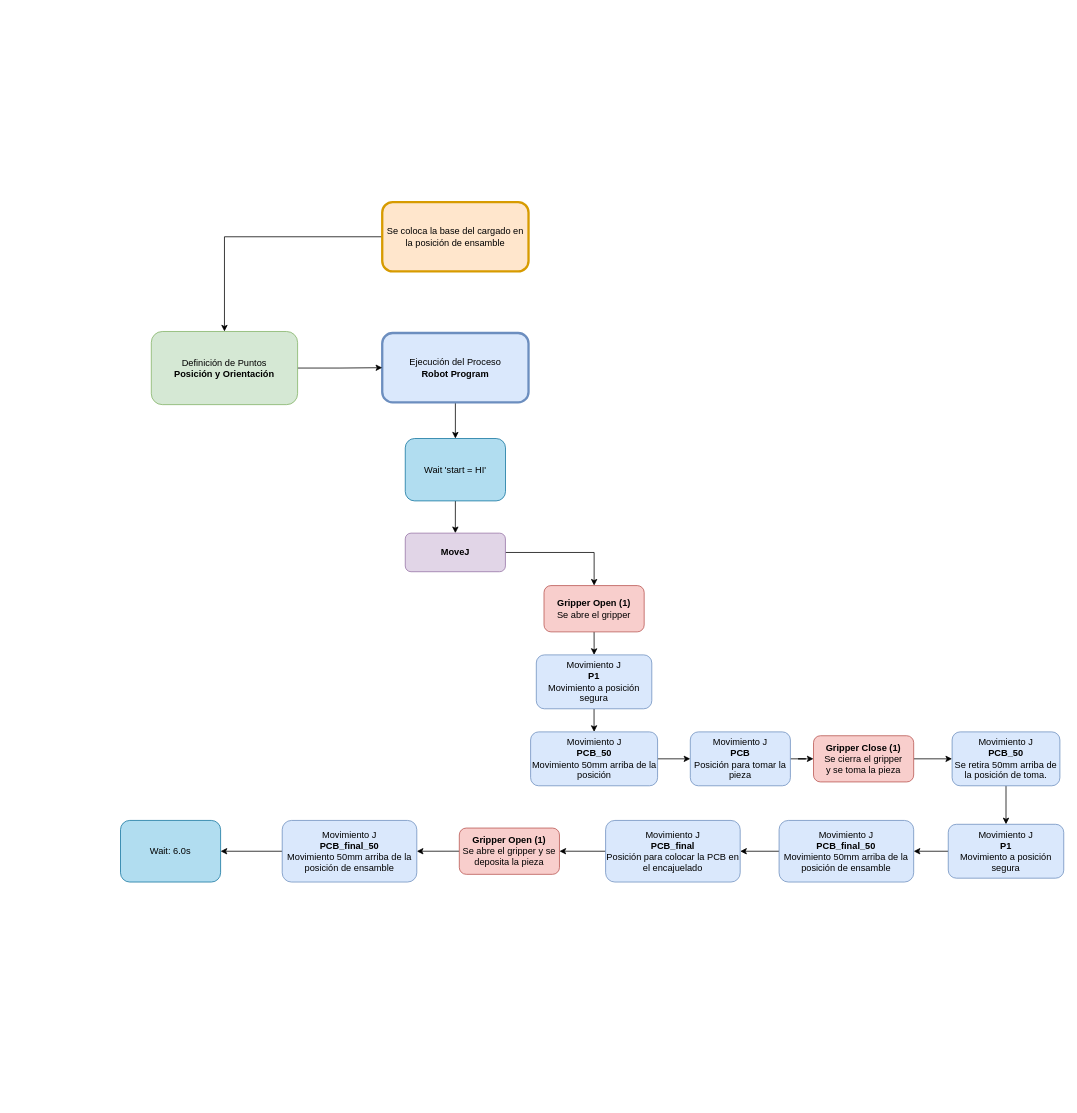
Earlier version of the draw.io diagram MIR/6T/Diagrama.drawio (fgomez1211/Personal). Source tidied: cells renumbered, new cells numbered last; positions are measured from the earlier drawing's top-left corner, leaving out a move shared by most shapes. Both pictures are drawn from the tidied source at 77%, with x=0, y=0 at pixel (120, 202).
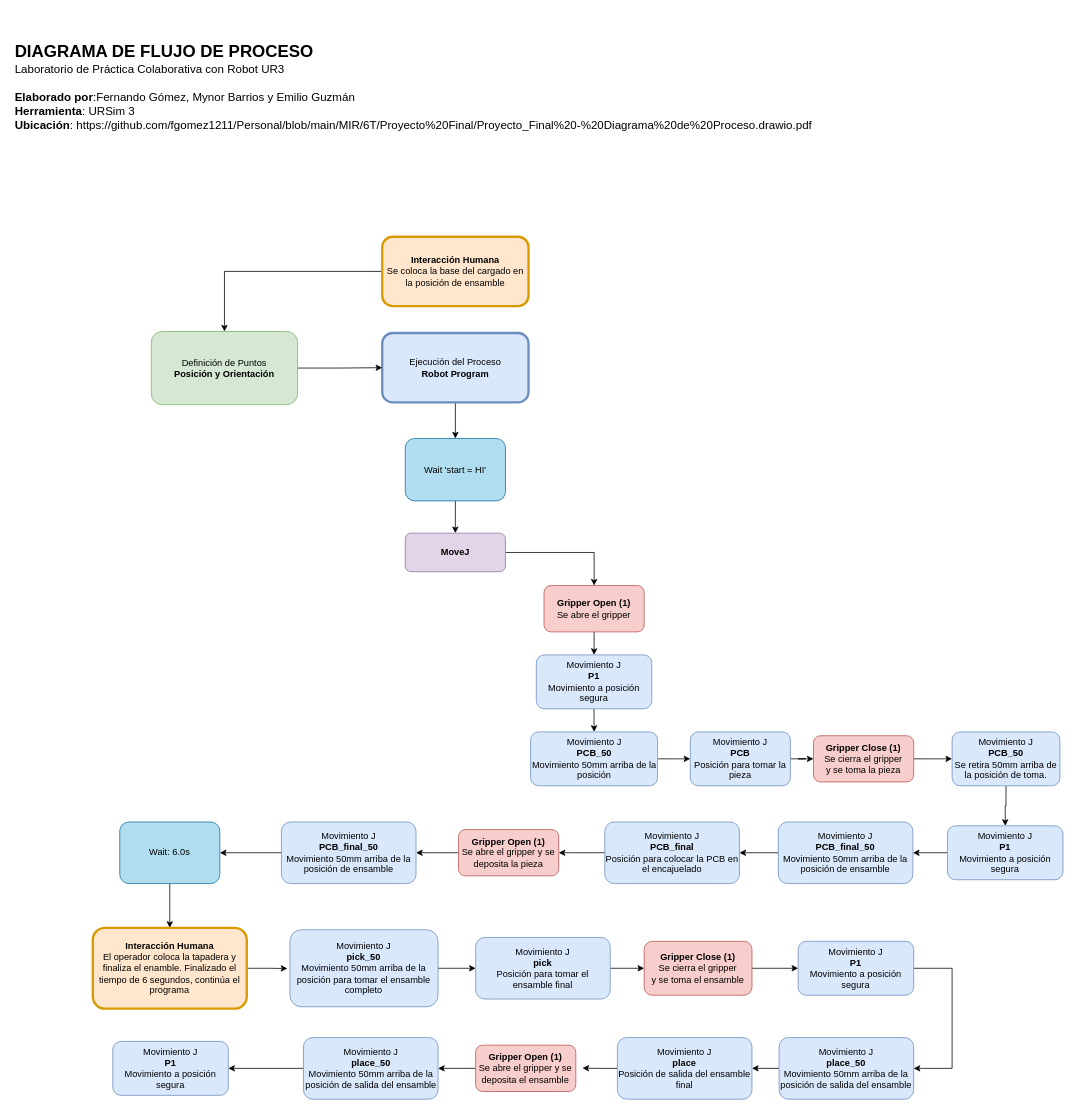
After the change.

The edit, as a diff of the source:
```diff
@@
     <mxCell id="23" value="Movimiento J&lt;br&gt;&lt;b&gt;P1&lt;/b&gt;&lt;br&gt;Movimiento a posición segura" style="whiteSpace=wrap;html=1;fillColor=#dae8fc;strokeColor=#6c8ebf;rounded=1;glass=0;strokeWidth=1;shadow=0;" parent="1" vertex="1">
-      <mxGeometry x="1075" y="808" width="150" height="70" as="geometry" />
+      <mxGeometry x="1074" y="810" width="150" height="70" as="geometry" />
     </mxCell>
@@
     <mxCell id="25" value="Movimiento J&lt;br&gt;&lt;b&gt;PCB_final_50&lt;/b&gt;&lt;br&gt;Movimiento 50mm arriba de la posición de ensamble" style="whiteSpace=wrap;html=1;fillColor=#dae8fc;strokeColor=#6c8ebf;rounded=1;glass=0;strokeWidth=1;shadow=0;" parent="1" vertex="1">
-      <mxGeometry x="855.3" y="803" width="174.8" height="80" as="geometry" />
+      <mxGeometry x="854.3" y="805" width="174.8" height="80" as="geometry" />
     </mxCell>
@@
     <mxCell id="27" value="Movimiento J&lt;br&gt;&lt;b&gt;PCB_final&lt;/b&gt;&lt;br&gt;Posición para colocar la PCB en el encajuelado" style="whiteSpace=wrap;html=1;fillColor=#dae8fc;strokeColor=#6c8ebf;rounded=1;glass=0;strokeWidth=1;shadow=0;" parent="1" vertex="1">
-      <mxGeometry x="630" y="803" width="174.8" height="80" as="geometry" />
+      <mxGeometry x="629" y="805" width="174.8" height="80" as="geometry" />
     </mxCell>
@@
     <mxCell id="29" value="&lt;b&gt;Gripper Open (1)&lt;/b&gt;&lt;br&gt;Se abre el gripper y se deposita la pieza" style="whiteSpace=wrap;html=1;rounded=1;glass=0;strokeWidth=1;shadow=0;fillColor=#f8cecc;strokeColor=#b85450;" parent="1" vertex="1">
-      <mxGeometry x="440" y="812.9" width="130.1" height="60.1" as="geometry" />
+      <mxGeometry x="439" y="814.9" width="130.1" height="60.1" as="geometry" />
     </mxCell>
@@
     <mxCell id="31" value="Movimiento J&lt;br&gt;&lt;b&gt;PCB_final_50&lt;/b&gt;&lt;br&gt;Movimiento 50mm arriba de la posición de ensamble" style="whiteSpace=wrap;html=1;fillColor=#dae8fc;strokeColor=#6c8ebf;rounded=1;glass=0;strokeWidth=1;shadow=0;" parent="1" vertex="1">
-      <mxGeometry x="210" y="803" width="174.8" height="80" as="geometry" />
+      <mxGeometry x="209" y="805" width="174.8" height="80" as="geometry" />
     </mxCell>
@@
-    <mxCell id="33" value="Se coloca la base del cargado en la posición de ensamble" style="whiteSpace=wrap;html=1;rounded=1;glass=0;strokeWidth=3;shadow=0;fillColor=#ffe6cc;strokeColor=#d79b00;" parent="1" vertex="1">
-      <mxGeometry x="339.9" width="190" height="90" as="geometry" />
+    <mxCell id="33" value="&lt;b&gt;Interacción Humana&lt;br&gt;&lt;/b&gt;Se coloca la base del cargado en la posición de ensamble" style="whiteSpace=wrap;html=1;rounded=1;glass=0;strokeWidth=3;shadow=0;fillColor=#ffe6cc;strokeColor=#d79b00;" parent="1" vertex="1">
+      <mxGeometry x="339.9" y="45" width="190" height="90" as="geometry" />
     </mxCell>
+    <mxCell id="35" style="edgeStyle=orthogonalEdgeStyle;rounded=0;jettySize=auto;html=1;exitX=0.5;exitY=1;exitDx=0;exitDy=0;entryX=0.5;entryY=0;entryDx=0;entryDy=0;" parent="1" edge="1" source="34" target="45">
+      <mxGeometry relative="1" as="geometry" />
+    </mxCell>
     <mxCell id="34" value="Wait: 6.0s" style="whiteSpace=wrap;html=1;rounded=1;glass=0;strokeWidth=1;shadow=0;fillColor=#b1ddf0;strokeColor=#10739e;" parent="1" vertex="1">
-      <mxGeometry y="803" width="130" height="80" as="geometry" />
+      <mxGeometry x="-1" y="805" width="130" height="80" as="geometry" />
     </mxCell>
+    <mxCell id="36" style="edgeStyle=orthogonalEdgeStyle;rounded=0;jettySize=auto;html=1;exitX=1;exitY=0.5;exitDx=0;exitDy=0;" parent="1" edge="1" source="37" target="39">
+      <mxGeometry relative="1" as="geometry" />
+    </mxCell>
+    <mxCell id="37" value="Movimiento J&lt;br&gt;&lt;b&gt;pick_50&lt;/b&gt;&lt;br&gt;Movimiento 50mm arriba de la posición para tomar el ensamble completo" style="whiteSpace=wrap;html=1;fillColor=#dae8fc;strokeColor=#6c8ebf;rounded=1;glass=0;strokeWidth=1;shadow=0;" parent="1" vertex="1">
+      <mxGeometry x="220" y="945" width="192.4" height="100" as="geometry" />
+    </mxCell>
+    <mxCell id="38" style="edgeStyle=orthogonalEdgeStyle;rounded=0;jettySize=auto;html=1;" parent="1" edge="1" source="39" target="41">
+      <mxGeometry relative="1" as="geometry" />
+    </mxCell>
+    <mxCell id="39" value="Movimiento J&lt;br&gt;&lt;b&gt;pick&lt;/b&gt;&lt;br&gt;Posición para tomar el ensamble final" style="whiteSpace=wrap;html=1;fillColor=#dae8fc;strokeColor=#6c8ebf;rounded=1;glass=0;strokeWidth=1;shadow=0;" parent="1" vertex="1">
+      <mxGeometry x="461.2" y="955" width="174.8" height="80" as="geometry" />
+    </mxCell>
+    <mxCell id="40" style="edgeStyle=orthogonalEdgeStyle;rounded=0;jettySize=auto;html=1;exitX=1;exitY=0.5;exitDx=0;exitDy=0;entryX=0;entryY=0.5;entryDx=0;entryDy=0;" parent="1" edge="1" source="41" target="43">
+      <mxGeometry relative="1" as="geometry" />
+    </mxCell>
+    <mxCell id="41" value="&lt;b&gt;Gripper Close (1)&lt;/b&gt;&lt;br&gt;Se cierra el gripper &lt;br&gt;y se toma el ensamble" style="whiteSpace=wrap;html=1;rounded=1;glass=0;strokeWidth=1;shadow=0;fillColor=#f8cecc;strokeColor=#b85450;" parent="1" vertex="1">
+      <mxGeometry x="680.1" y="960" width="140" height="70" as="geometry" />
+    </mxCell>
+    <mxCell id="42" style="edgeStyle=orthogonalEdgeStyle;rounded=0;jettySize=auto;html=1;exitX=1;exitY=0.5;exitDx=0;exitDy=0;entryX=1;entryY=0.5;entryDx=0;entryDy=0;" parent="1" edge="1" source="43" target="47">
+      <mxGeometry relative="1" as="geometry">
+        <Array as="points">
+          <mxPoint x="1080" y="995" />
+          <mxPoint x="1080" y="1125" />
+        </Array>
+      </mxGeometry>
+    </mxCell>
+    <mxCell id="43" value="Movimiento J&lt;br&gt;&lt;b&gt;P1&lt;/b&gt;&lt;br&gt;Movimiento a posición segura" style="whiteSpace=wrap;html=1;fillColor=#dae8fc;strokeColor=#6c8ebf;rounded=1;glass=0;strokeWidth=1;shadow=0;" parent="1" vertex="1">
+      <mxGeometry x="880.1" y="960" width="150" height="70" as="geometry" />
+    </mxCell>
+    <mxCell id="44" style="edgeStyle=orthogonalEdgeStyle;rounded=0;jettySize=auto;html=1;exitX=1;exitY=0.5;exitDx=0;exitDy=0;entryX=-0.017;entryY=0.503;entryDx=0;entryDy=0;entryPerimeter=0;" parent="1" edge="1" source="45" target="37">
+      <mxGeometry relative="1" as="geometry" />
+    </mxCell>
+    <mxCell id="45" value="&lt;b&gt;Interacción Humana&lt;br&gt;&lt;/b&gt;El operador coloca la tapadera y finaliza el enamble. Finalizado el tiempo de 6 segundos, continúa el programa" style="whiteSpace=wrap;html=1;rounded=1;glass=0;strokeWidth=3;shadow=0;fillColor=#ffe6cc;strokeColor=#d79b00;" parent="1" vertex="1">
+      <mxGeometry x="-36" y="942.5" width="200" height="105" as="geometry" />
+    </mxCell>
+    <mxCell id="46" style="edgeStyle=orthogonalEdgeStyle;rounded=0;jettySize=auto;html=1;exitX=0;exitY=0.5;exitDx=0;exitDy=0;entryX=1;entryY=0.5;entryDx=0;entryDy=0;" parent="1" edge="1" source="47" target="49">
+      <mxGeometry relative="1" as="geometry" />
+    </mxCell>
+    <mxCell id="47" value="Movimiento J&lt;br&gt;&lt;b&gt;place_50&lt;/b&gt;&lt;br&gt;Movimiento 50mm arriba de la posición de salida del ensamble" style="whiteSpace=wrap;html=1;fillColor=#dae8fc;strokeColor=#6c8ebf;rounded=1;glass=0;strokeWidth=1;shadow=0;" parent="1" vertex="1">
+      <mxGeometry x="855.3" y="1085" width="174.8" height="80" as="geometry" />
+    </mxCell>
+    <mxCell id="48" style="edgeStyle=orthogonalEdgeStyle;rounded=0;jettySize=auto;html=1;exitX=0;exitY=0.5;exitDx=0;exitDy=0;entryX=1.067;entryY=0.495;entryDx=0;entryDy=0;entryPerimeter=0;" parent="1" edge="1" source="49" target="51">
+      <mxGeometry relative="1" as="geometry" />
+    </mxCell>
+    <mxCell id="49" value="Movimiento J&lt;br&gt;&lt;b&gt;place&lt;/b&gt;&lt;br&gt;Posición de salida del ensamble final" style="whiteSpace=wrap;html=1;fillColor=#dae8fc;strokeColor=#6c8ebf;rounded=1;glass=0;strokeWidth=1;shadow=0;" parent="1" vertex="1">
+      <mxGeometry x="645.3" y="1085" width="174.8" height="80" as="geometry" />
+    </mxCell>
+    <mxCell id="50" style="edgeStyle=orthogonalEdgeStyle;rounded=0;jettySize=auto;html=1;exitX=0;exitY=0.5;exitDx=0;exitDy=0;entryX=1;entryY=0.5;entryDx=0;entryDy=0;" parent="1" edge="1" source="51" target="53">
+      <mxGeometry relative="1" as="geometry" />
+    </mxCell>
+    <mxCell id="51" value="&lt;b&gt;Gripper Open (1)&lt;/b&gt;&lt;br&gt;Se abre el gripper y se deposita el ensamble" style="whiteSpace=wrap;html=1;rounded=1;glass=0;strokeWidth=1;shadow=0;fillColor=#f8cecc;strokeColor=#b85450;" parent="1" vertex="1">
+      <mxGeometry x="461.2" y="1094.9" width="130.1" height="60.1" as="geometry" />
+    </mxCell>
+    <mxCell id="52" style="edgeStyle=orthogonalEdgeStyle;rounded=0;jettySize=auto;html=1;exitX=0;exitY=0.5;exitDx=0;exitDy=0;entryX=1;entryY=0.5;entryDx=0;entryDy=0;" parent="1" edge="1" source="53" target="54">
+      <mxGeometry relative="1" as="geometry" />
+    </mxCell>
+    <mxCell id="53" value="Movimiento J&lt;br&gt;&lt;b&gt;place_50&lt;/b&gt;&lt;br&gt;Movimiento 50mm arriba de la posición de salida del ensamble" style="whiteSpace=wrap;html=1;fillColor=#dae8fc;strokeColor=#6c8ebf;rounded=1;glass=0;strokeWidth=1;shadow=0;" parent="1" vertex="1">
+      <mxGeometry x="237.6" y="1085" width="174.8" height="80" as="geometry" />
+    </mxCell>
+    <mxCell id="54" value="Movimiento J&lt;br&gt;&lt;b&gt;P1&lt;/b&gt;&lt;br&gt;Movimiento a posición segura" style="whiteSpace=wrap;html=1;fillColor=#dae8fc;strokeColor=#6c8ebf;rounded=1;glass=0;strokeWidth=1;shadow=0;" parent="1" vertex="1">
+      <mxGeometry x="-10" y="1090" width="150" height="70" as="geometry" />
+    </mxCell>
+    <mxCell id="55" value="&lt;b style=&quot;font-size: 22px;&quot;&gt;DIAGRAMA DE FLUJO DE PROCESO&lt;br&gt;&lt;/b&gt;&lt;font style=&quot;font-size: 15px;&quot;&gt;Laboratorio de Práctica Colaborativa con Robot UR3&lt;br&gt;&lt;br&gt;&lt;span style=&quot;font-size: 15px;&quot;&gt;&lt;b&gt;Elaborado por&lt;/b&gt;:Fernando Gómez, Mynor Barrios y Emilio Guzmán&lt;/span&gt;&lt;br&gt;&lt;span style=&quot;font-size: 15px;&quot;&gt;&lt;b&gt;Herramienta&lt;/b&gt;: URSim 3&lt;/span&gt;&lt;br&gt;&lt;font style=&quot;font-size: 15px;&quot;&gt;&lt;b&gt;Ubicación&lt;/b&gt;:&amp;nbsp;https://github.com/fgomez1211/Personal/blob/main/MIR/6T/Proyecto%20Final/Proyecto_Final%20-%20Diagrama%20de%20Proceso.drawio.pdf&lt;/font&gt;&lt;br&gt;&lt;/font&gt;" style="text;html=1;strokeColor=none;fillColor=none;align=left;verticalAlign=middle;whiteSpace=wrap;rounded=0;" parent="1" vertex="1">
+      <mxGeometry x="-139" y="-245" width="1080" height="190" as="geometry" />
+    </mxCell>
```
